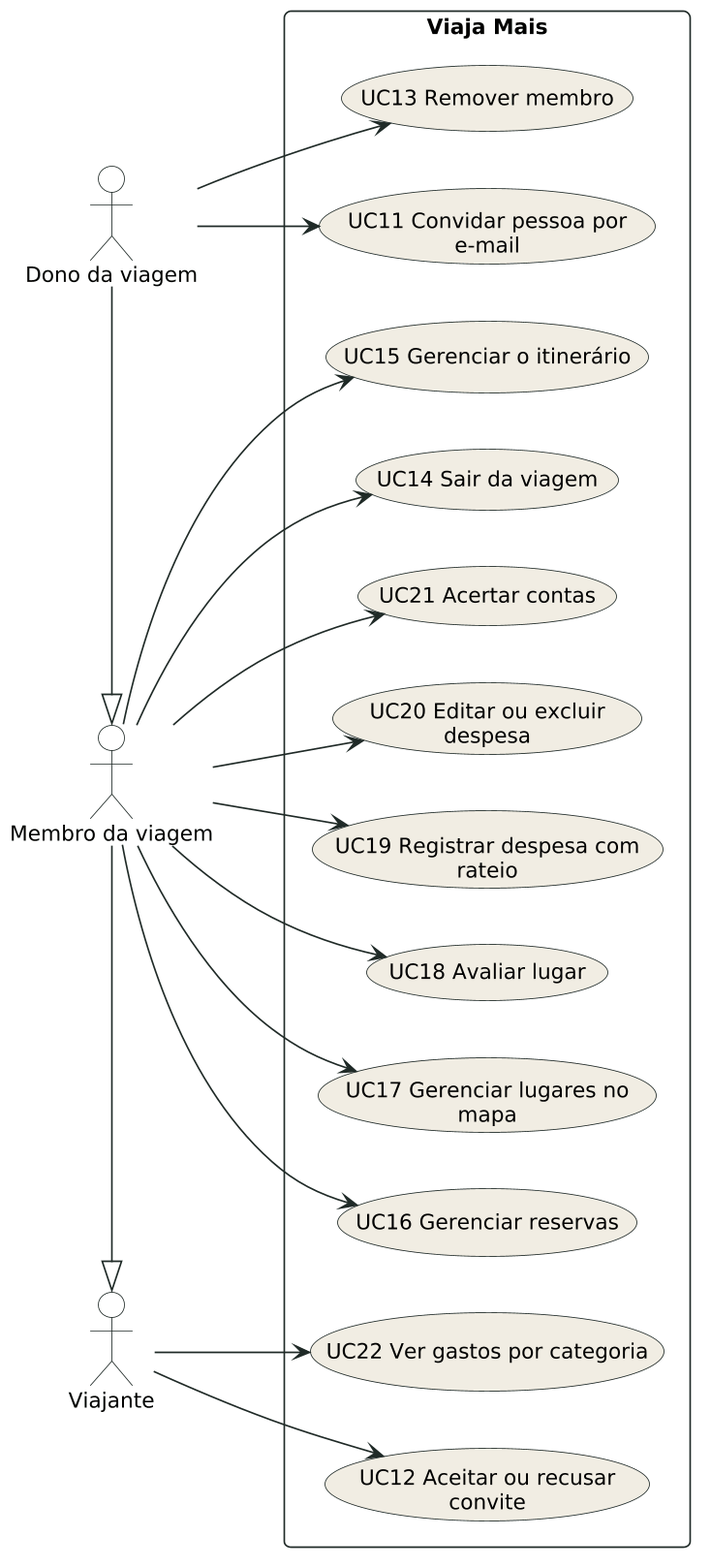
Before: docs/pfc/diagramas/17-3-uc-grupo-e-financas.png, a diagram exported from PlantUML (Fernando-Oli/viaja-mais).
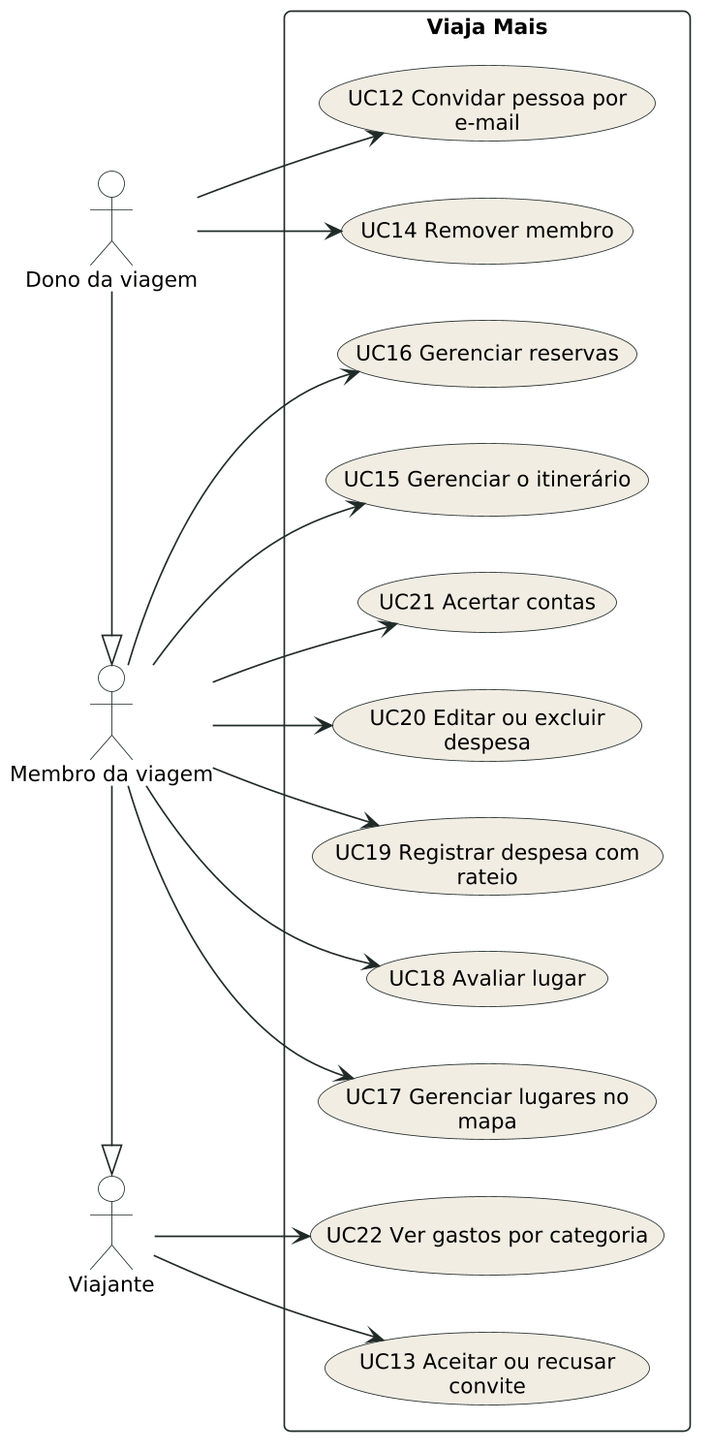
The same diagram one commit later.

Change to the diagram source:
```diff
@@ -11,10 +11,9 @@
 Membro -|> Viajante
 
 rectangle "Viaja Mais" {
-  usecase "UC11 Convidar pessoa por e-mail" as UC11
-  usecase "UC12 Aceitar ou recusar convite" as UC12
-  usecase "UC13 Remover membro" as UC13
-  usecase "UC14 Sair da viagem" as UC14
+  usecase "UC12 Convidar pessoa por e-mail" as UC12
+  usecase "UC13 Aceitar ou recusar convite" as UC13
+  usecase "UC14 Remover membro" as UC14
   usecase "UC15 Gerenciar o itinerário" as UC15
   usecase "UC16 Gerenciar reservas" as UC16
   usecase "UC17 Gerenciar lugares no mapa" as UC17
@@ -25,10 +24,9 @@
   usecase "UC22 Ver gastos por categoria" as UC22
 }
 
-Viajante --> UC12
+Viajante --> UC13
 Viajante --> UC22
 
-Membro --> UC14
 Membro --> UC15
 Membro --> UC16
 Membro --> UC17
@@ -37,6 +35,6 @@
 Membro --> UC20
 Membro --> UC21
 
-Dono --> UC11
-Dono --> UC13
+Dono --> UC12
+Dono --> UC14
 @enduml
```
